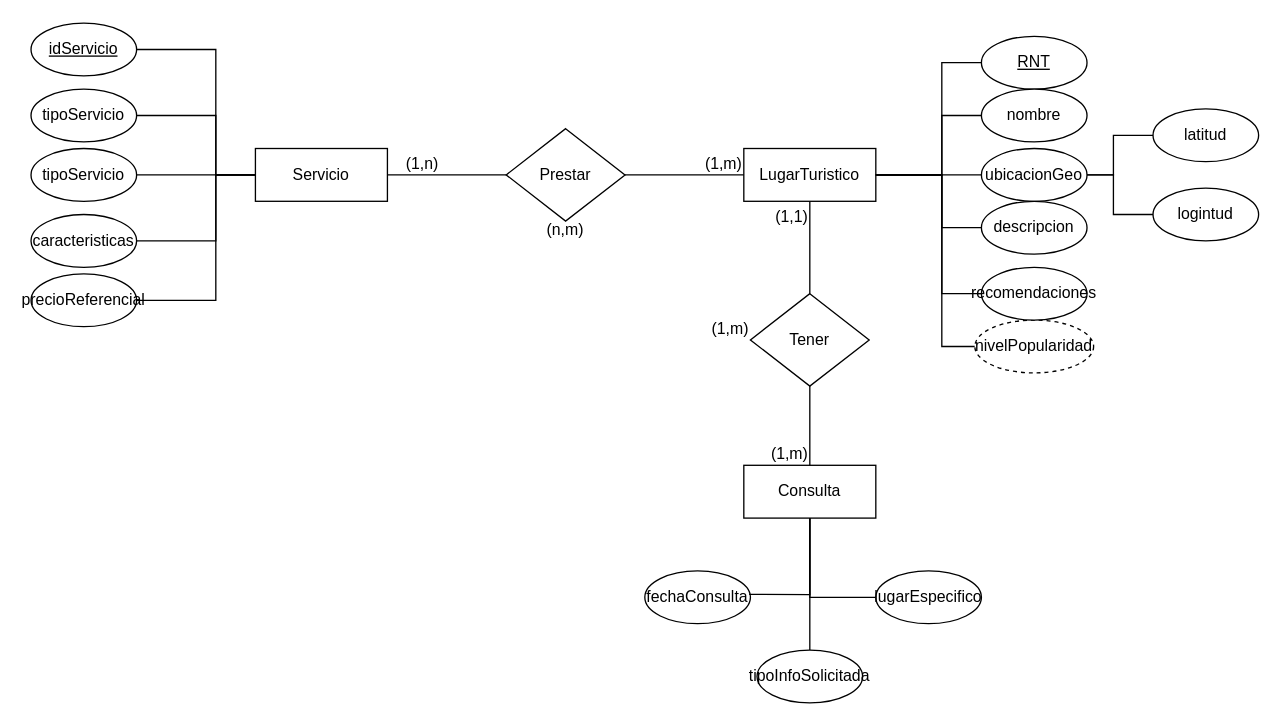
The draw.io diagram Diagramas/eR.dio in migueCOLORADO/SecretariaTurismoBD, before the edit. Source tidied: cells renumbered, new cells numbered last; positions are measured from the earlier drawing's top-left corner, leaving out a move shared by most shapes. Both pictures are drawn from the tidied source at 132%, with x=0, y=0 at pixel (30, 22).
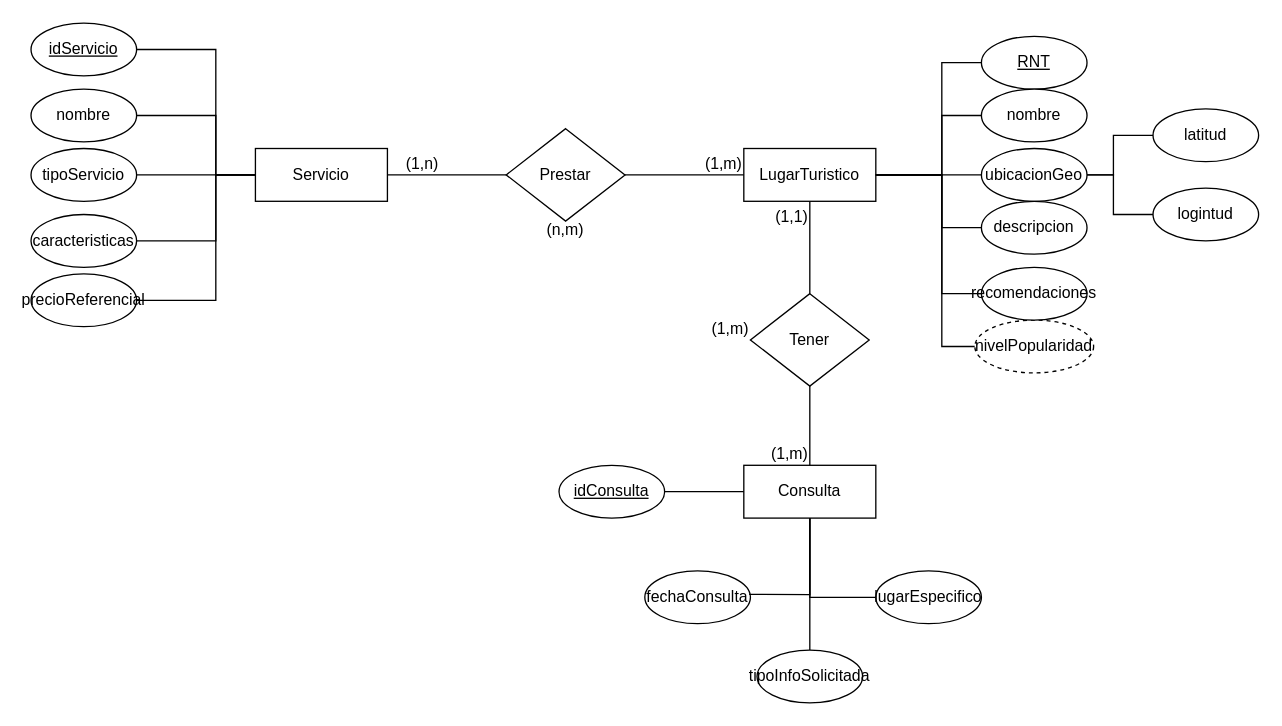
The same diagram, later.

Commit message (it also covers changes not shown here):
V.3 | Actualización de readme y subida de diagrama logico

Unchanged cells that the change refers to:
```xml
<mxCell id="3" value="Consulta" style="whiteSpace=wrap;html=1;align=center;" parent="1" vertex="1">
  <mxGeometry x="540" y="335" width="100" height="40" as="geometry" />
</mxCell>
```

Change to the diagram source:
```diff
@@
-    <mxCell id="44" value="tipoServicio" style="ellipse;whiteSpace=wrap;html=1;align=center;" parent="1" vertex="1">
+    <mxCell id="44" value="nombre" style="ellipse;whiteSpace=wrap;html=1;align=center;" parent="1" vertex="1">
       <mxGeometry y="50" width="80" height="40" as="geometry" />
     </mxCell>
@@
+    <mxCell id="49" value="idConsulta" style="ellipse;whiteSpace=wrap;html=1;align=center;fontStyle=4;" parent="1" vertex="1">
+      <mxGeometry x="400" y="335" width="80" height="40" as="geometry" />
+    </mxCell>
+    <mxCell id="50" style="endArrow=none;html=1;rounded=0;entryX=1;entryY=0.5;entryDx=0;entryDy=0;exitX=0;exitY=0.5;exitDx=0;exitDy=0;" parent="1" edge="1" source="3" target="49">
+      <mxGeometry relative="1" as="geometry" />
+    </mxCell>
```
